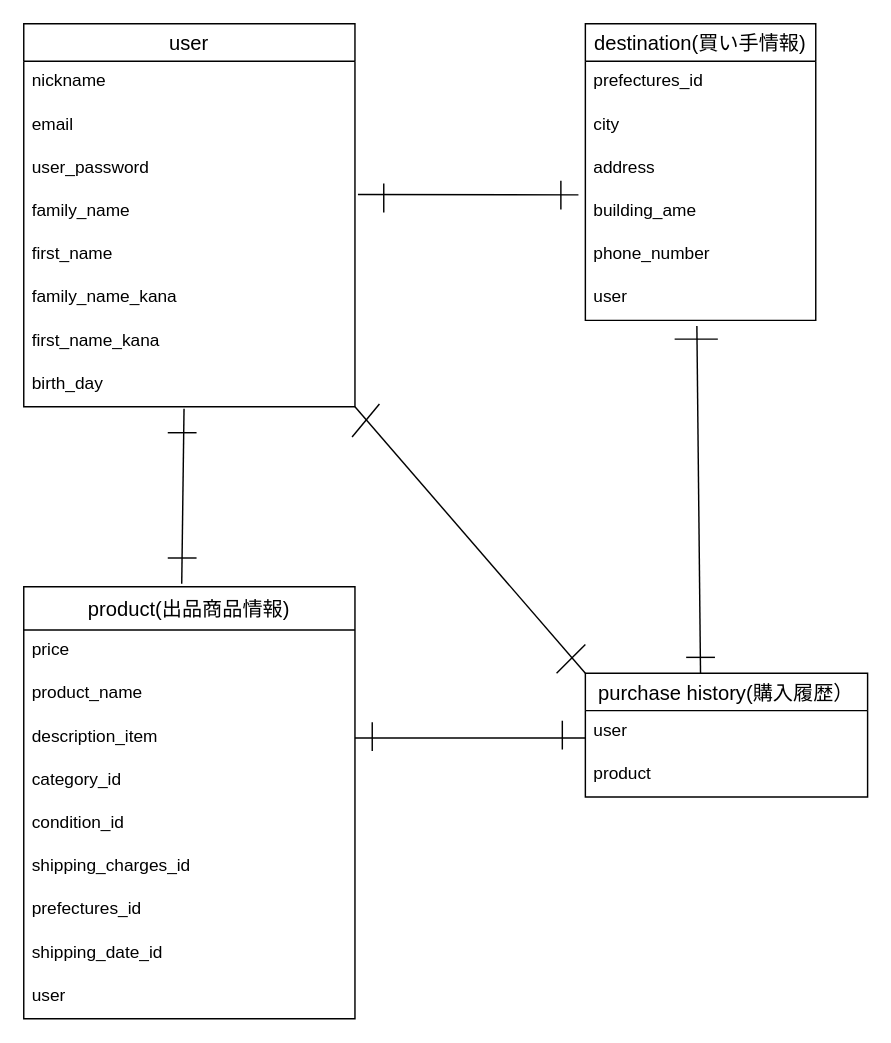
takahiro0326/furima-40449 keeps this draw.io diagram as er.dio. Above is the earlier version. Source tidied: cells renumbered, new cells numbered last; positions are measured from the earlier drawing's top-left corner, leaving out a move shared by most shapes. Both pictures are drawn from the tidied source at 144%, with x=0, y=0 at pixel (23, 23).
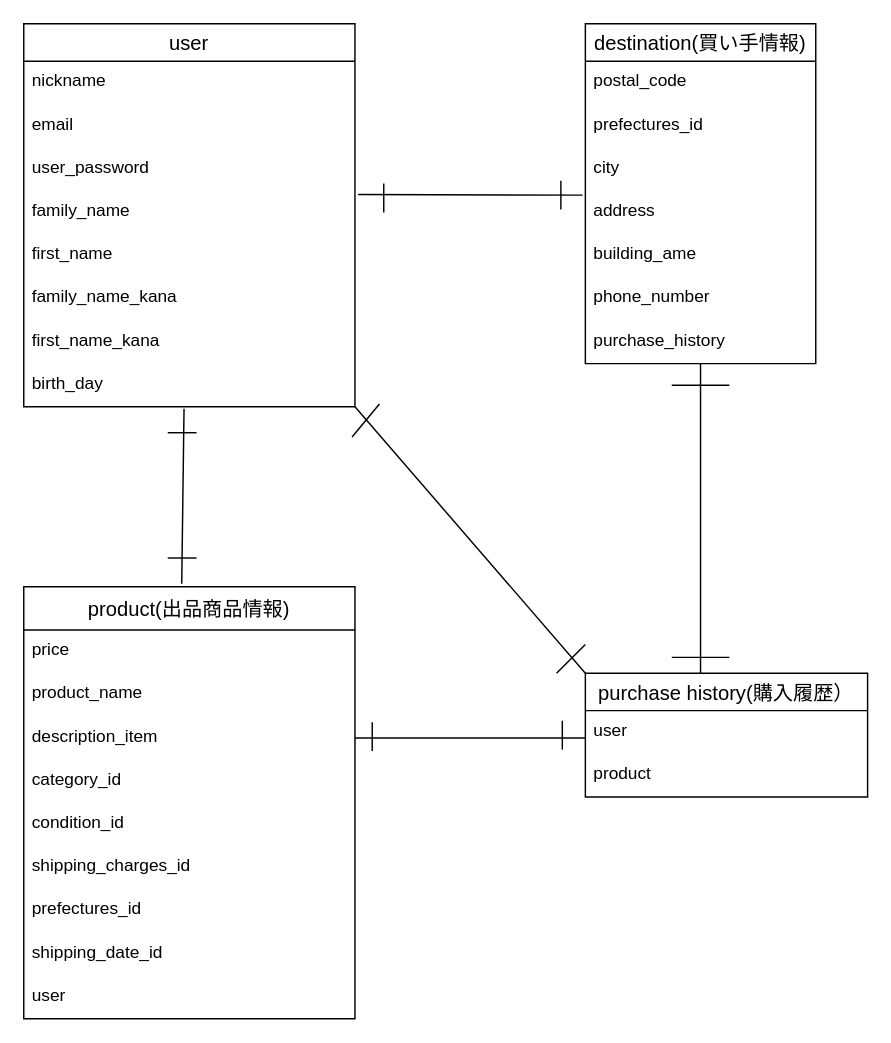
The same page after the edit.

Commit message (it also covers changes not shown here):
データベース設計

Unchanged cells that the change refers to:
```xml
<mxCell id="6" value="family_name" style="text;strokeColor=none;fillColor=none;spacingLeft=4;spacingRight=4;overflow=hidden;points=[[0,0.5],[1,0.5]];portConstraint=eastwest;fontSize=12;" parent="2" vertex="1">
  <mxGeometry y="116" width="230" height="30" as="geometry" />
</mxCell>
<mxCell id="32" value="purchase history(購入履歴）" style="swimlane;fontStyle=0;horizontal=1;startSize=26;align=center;fontSize=14;" parent="1" vertex="1">
  <mxGeometry x="390" y="451" width="196" height="86" as="geometry" />
</mxCell>
```

Diff of the diagram source:
```diff
@@
     <mxCell id="21" value="destination(買い手情報)" style="swimlane;fontStyle=0;horizontal=1;startSize=26;align=center;fontSize=14;" parent="1" vertex="1">
-      <mxGeometry x="390" width="160" height="206" as="geometry" />
+      <mxGeometry x="390" width="160" height="236" as="geometry" />
     </mxCell>
+    <mxCell id="46" value="postal_code" style="text;strokeColor=none;fillColor=none;spacingLeft=4;spacingRight=4;overflow=hidden;fontSize=12;" parent="21" vertex="1">
+      <mxGeometry y="26" width="160" height="30" as="geometry" />
+    </mxCell>
     <mxCell id="22" value="prefectures_id" style="text;strokeColor=none;fillColor=none;spacingLeft=4;spacingRight=4;overflow=hidden;fontSize=12;" parent="21" vertex="1">
-      <mxGeometry y="26" width="160" height="30" as="geometry" />
+      <mxGeometry y="56" width="160" height="30" as="geometry" />
     </mxCell>
     <mxCell id="23" value="city" style="text;strokeColor=none;fillColor=none;spacingLeft=4;spacingRight=4;overflow=hidden;fontSize=12;" parent="21" vertex="1">
-      <mxGeometry y="56" width="160" height="30" as="geometry" />
+      <mxGeometry y="86" width="160" height="30" as="geometry" />
     </mxCell>
     <mxCell id="24" value="address" style="text;strokeColor=none;fillColor=none;spacingLeft=4;spacingRight=4;overflow=hidden;points=[[0,0.5],[1,0.5]];portConstraint=eastwest;fontSize=12;" parent="21" vertex="1">
-      <mxGeometry y="86" width="160" height="30" as="geometry" />
+      <mxGeometry y="116" width="160" height="30" as="geometry" />
     </mxCell>
     <mxCell id="25" value="building_ame" style="text;strokeColor=none;fillColor=none;spacingLeft=4;spacingRight=4;overflow=hidden;fontSize=12;" parent="21" vertex="1">
-      <mxGeometry y="116" width="160" height="30" as="geometry" />
+      <mxGeometry y="146" width="160" height="30" as="geometry" />
     </mxCell>
     <mxCell id="26" value="phone_number" style="text;strokeColor=none;fillColor=none;spacingLeft=4;spacingRight=4;overflow=hidden;fontSize=12;" parent="21" vertex="1">
-      <mxGeometry y="146" width="160" height="30" as="geometry" />
+      <mxGeometry y="176" width="160" height="30" as="geometry" />
     </mxCell>
-    <mxCell id="27" value="user" style="text;strokeColor=none;fillColor=none;spacingLeft=4;spacingRight=4;overflow=hidden;points=[[0,0.5],[1,0.5]];portConstraint=eastwest;fontSize=12;" parent="21" vertex="1">
-      <mxGeometry y="176" width="160" height="30" as="geometry" />
+    <mxCell id="27" value="purchase_history" style="text;strokeColor=none;fillColor=none;spacingLeft=4;spacingRight=4;overflow=hidden;points=[[0,0.5],[1,0.5]];portConstraint=eastwest;fontSize=12;" parent="21" vertex="1">
+      <mxGeometry y="206" width="160" height="30" as="geometry" />
     </mxCell>
-    <mxCell id="28" style="endArrow=none;html=1;rounded=0;exitX=1.009;exitY=0.086;exitDx=0;exitDy=0;entryX=-0.03;entryY=1.094;entryDx=0;entryDy=0;exitPerimeter=0;entryPerimeter=0;" parent="1" edge="1" source="6" target="24">
+    <mxCell id="28" style="endArrow=none;html=1;rounded=0;exitX=1.009;exitY=0.086;exitDx=0;exitDy=0;entryX=-0.012;entryY=0.1;entryDx=0;entryDy=0;exitPerimeter=0;entryPerimeter=0;" parent="1" edge="1" source="6" target="24">
       <mxGeometry relative="1" as="geometry" />
     </mxCell>
@@
-    <mxCell id="43" style="endArrow=none;html=1;rounded=0;entryX=0.408;entryY=0;entryDx=0;entryDy=0;entryPerimeter=0;exitX=0.484;exitY=1.128;exitDx=0;exitDy=0;exitPerimeter=0;" parent="1" edge="1" source="27" target="32">
+    <mxCell id="43" style="endArrow=none;html=1;rounded=0;entryX=0.408;entryY=0;entryDx=0;entryDy=0;entryPerimeter=0;exitX=0.5;exitY=1;exitDx=0;exitDy=0;" parent="1" edge="1" source="21" target="32">
       <mxGeometry relative="1" as="geometry" />
     </mxCell>
-    <mxCell id="44" style="endArrow=none;html=1;rounded=0;" parent="1" edge="1">
-      <mxGeometry relative="1" as="geometry">
-        <mxPoint x="452" y="219" as="sourcePoint" />
-        <mxPoint x="482" y="219" as="targetPoint" />
-      </mxGeometry>
-    </mxCell>
     <mxCell id="45" style="endArrow=none;html=1;rounded=0;" parent="1" edge="1">
       <mxGeometry relative="1" as="geometry">
-        <mxPoint x="460" y="440" as="sourcePoint" />
-        <mxPoint x="480" y="440" as="targetPoint" />
+        <mxPoint x="450" y="440" as="sourcePoint" />
+        <mxPoint x="490" y="440" as="targetPoint" />
       </mxGeometry>
     </mxCell>
+    <mxCell id="47" style="endArrow=none;html=1;rounded=0;" parent="1" edge="1">
+      <mxGeometry relative="1" as="geometry">
+        <mxPoint x="450" y="251" as="sourcePoint" />
+        <mxPoint x="490" y="251" as="targetPoint" />
+      </mxGeometry>
+    </mxCell>
```
